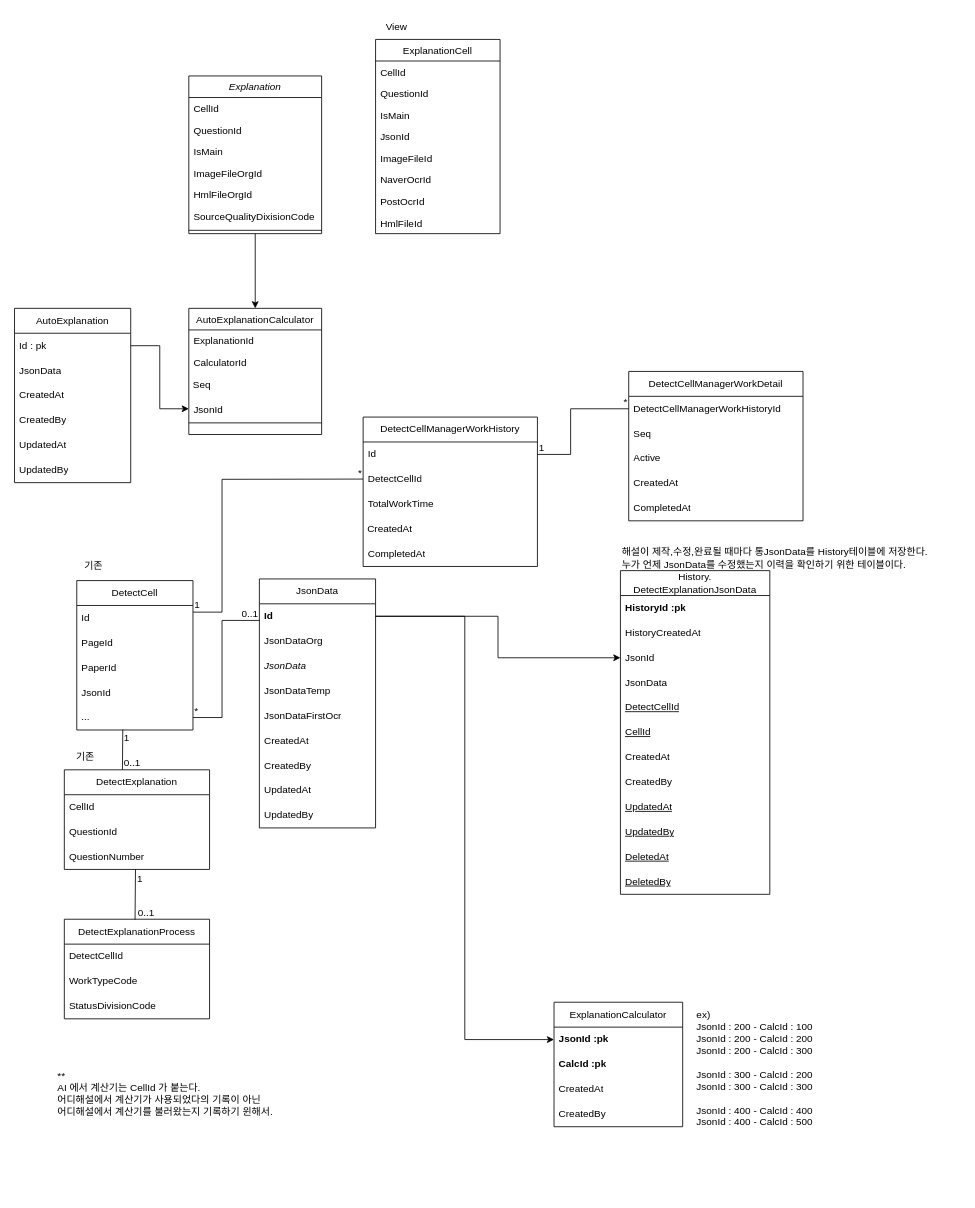
hyeonzx/Explanation_Calculator keeps this draw.io diagram as 해설계산기.drawio. Above is the earlier version. Source tidied: cells renumbered, new cells numbered last; positions are measured from the earlier drawing's top-left corner, leaving out a move shared by most shapes. Both pictures are drawn from the tidied source at 83%, with x=0, y=0 at pixel (14, 14).
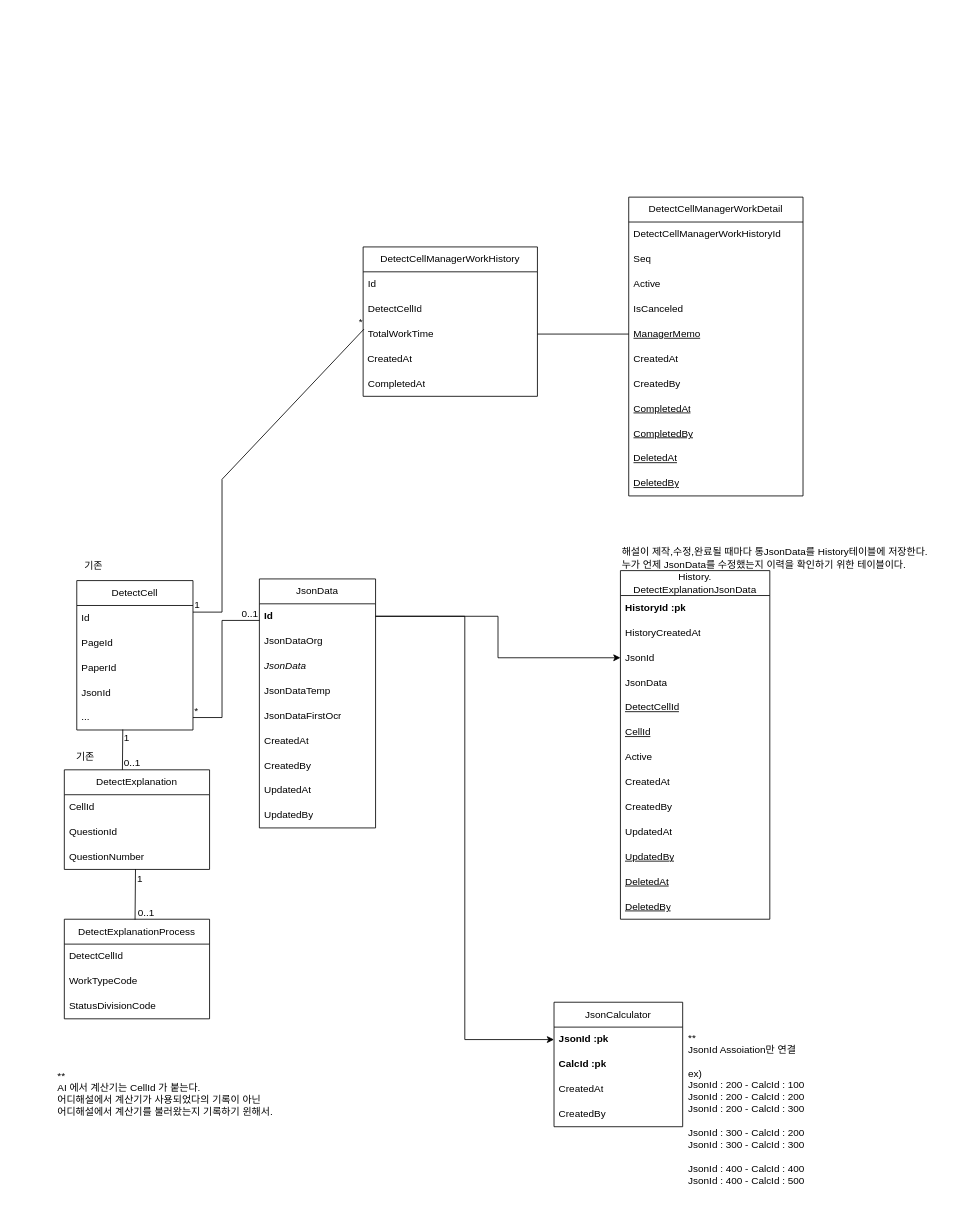
The same page after the edit.

Commit message (it also covers changes not shown here):
해설계산기.drawio 업데이트

The change refers to these unchanged cells:
```xml
<mxCell id="95" value="Id" style="text;strokeColor=none;fillColor=none;align=left;verticalAlign=middle;spacingLeft=4;spacingRight=4;overflow=hidden;points=[[0,0.5],[1,0.5]];portConstraint=eastwest;whiteSpace=wrap;html=1;" parent="94" vertex="1">
  <mxGeometry y="30" width="210" height="30" as="geometry" />
</mxCell>
<mxCell id="97" value="TotalWorkTime" style="text;strokeColor=none;fillColor=none;align=left;verticalAlign=middle;spacingLeft=4;spacingRight=4;overflow=hidden;points=[[0,0.5],[1,0.5]];portConstraint=eastwest;whiteSpace=wrap;html=1;" parent="94" vertex="1">
  <mxGeometry y="90" width="210" height="30" as="geometry" />
</mxCell>
<mxCell id="104" value="&lt;span style=&quot;text-align: center;&quot;&gt;DetectCellManagerWorkHistoryId&lt;/span&gt;" style="text;strokeColor=none;fillColor=none;align=left;verticalAlign=middle;spacingLeft=4;spacingRight=4;overflow=hidden;points=[[0,0.5],[1,0.5]];portConstraint=eastwest;whiteSpace=wrap;html=1;" parent="103" vertex="1">
  <mxGeometry y="30" width="210" height="30" as="geometry" />
</mxCell>
```

Diff of the diagram source:
```diff
@@
-    <mxCell id="2" style="edgeStyle=orthogonalEdgeStyle;rounded=0;jettySize=auto;html=1;exitX=0.5;exitY=1;exitDx=0;exitDy=0;entryX=0.5;entryY=0;entryDx=0;entryDy=0;" parent="1" edge="1" source="3" target="12">
-      <mxGeometry relative="1" as="geometry" />
-    </mxCell>
-    <mxCell id="3" value="Explanation" style="swimlane;fontStyle=2;align=center;verticalAlign=top;horizontal=1;startSize=26;rounded=0;shadow=0;strokeWidth=1;" parent="1" vertex="1">
-      <mxGeometry x="210" y="74" width="160" height="190" as="geometry" />
-    </mxCell>
-    <mxCell id="4" value="CellId" style="text;align=left;verticalAlign=top;spacingLeft=4;spacingRight=4;overflow=hidden;" parent="3" vertex="1">
-      <mxGeometry y="26" width="160" height="26" as="geometry" />
-    </mxCell>
-    <mxCell id="5" value="QuestionId" style="text;align=left;verticalAlign=top;spacingLeft=4;spacingRight=4;overflow=hidden;rounded=0;shadow=0;html=0;" parent="3" vertex="1">
-      <mxGeometry y="52" width="160" height="26" as="geometry" />
-    </mxCell>
-    <mxCell id="6" value="IsMain" style="text;align=left;verticalAlign=top;spacingLeft=4;spacingRight=4;overflow=hidden;rounded=0;shadow=0;html=0;" parent="3" vertex="1">
-      <mxGeometry y="78" width="160" height="26" as="geometry" />
-    </mxCell>
-    <mxCell id="7" value="ImageFileOrgId" style="text;align=left;verticalAlign=top;spacingLeft=4;spacingRight=4;overflow=hidden;rounded=0;shadow=0;html=0;" parent="3" vertex="1">
-      <mxGeometry y="104" width="160" height="26" as="geometry" />
-    </mxCell>
-    <mxCell id="8" value="HmlFileOrgId" style="text;align=left;verticalAlign=top;spacingLeft=4;spacingRight=4;overflow=hidden;rounded=0;shadow=0;html=0;" parent="3" vertex="1">
-      <mxGeometry y="130" width="160" height="26" as="geometry" />
-    </mxCell>
-    <mxCell id="9" value="SourceQualityDixisionCode" style="text;align=left;verticalAlign=top;spacingLeft=4;spacingRight=4;overflow=hidden;rounded=0;shadow=0;html=0;" parent="3" vertex="1">
-      <mxGeometry y="156" width="160" height="26" as="geometry" />
-    </mxCell>
-    <mxCell id="10" style="line;html=1;strokeWidth=1;align=left;verticalAlign=middle;spacingTop=-1;spacingLeft=3;spacingRight=3;labelPosition=right;" parent="3" vertex="1">
-      <mxGeometry y="182" width="160" height="8" as="geometry" />
-    </mxCell>
-    <mxCell id="11" style="edgeStyle=orthogonalEdgeStyle;rounded=0;jettySize=auto;html=1;exitX=0.25;exitY=1;exitDx=0;exitDy=0;" parent="1" edge="1" source="12">
-      <mxGeometry relative="1" as="geometry">
-        <mxPoint x="250" y="506.2" as="targetPoint" />
-      </mxGeometry>
-    </mxCell>
-    <mxCell id="12" value="AutoExplanationCalculator" style="swimlane;fontStyle=0;align=center;verticalAlign=top;horizontal=1;startSize=26;rounded=0;shadow=0;strokeWidth=1;" parent="1" vertex="1">
-      <mxGeometry x="210" y="354" width="160" height="152" as="geometry" />
-    </mxCell>
-    <mxCell id="13" value="ExplanationId" style="text;align=left;verticalAlign=top;spacingLeft=4;spacingRight=4;overflow=hidden;rounded=0;shadow=0;html=0;" parent="12" vertex="1">
-      <mxGeometry y="26" width="160" height="26" as="geometry" />
-    </mxCell>
-    <mxCell id="14" value="CalculatorId" style="text;align=left;verticalAlign=top;spacingLeft=4;spacingRight=4;overflow=hidden;rounded=0;shadow=0;html=0;" parent="12" vertex="1">
-      <mxGeometry y="52" width="160" height="26" as="geometry" />
-    </mxCell>
-    <mxCell id="15" value="&amp;nbsp;Seq" style="text;html=1;align=left;verticalAlign=middle;strokeColor=none;fillColor=none;" parent="12" vertex="1">
-      <mxGeometry y="78" width="160" height="30" as="geometry" />
-    </mxCell>
-    <mxCell id="16" value="JsonId" style="text;align=left;verticalAlign=top;spacingLeft=4;spacingRight=4;overflow=hidden;points=[[0,0.5],[1,0.5]];portConstraint=eastwest;rounded=0;shadow=0;html=0;" parent="12" vertex="1">
-      <mxGeometry y="108" width="160" height="26" as="geometry" />
-    </mxCell>
-    <mxCell id="17" style="line;html=1;strokeWidth=1;align=left;verticalAlign=middle;spacingTop=-1;spacingLeft=3;spacingRight=3;labelPosition=right;" parent="12" vertex="1">
-      <mxGeometry y="134" width="160" height="8" as="geometry" />
-    </mxCell>
-    <mxCell id="18" value="ExplanationCell" style="swimlane;fontStyle=0;align=center;verticalAlign=top;horizontal=1;startSize=26;rounded=0;shadow=0;strokeWidth=1;" parent="1" vertex="1">
-      <mxGeometry x="435" y="30" width="150" height="234" as="geometry" />
-    </mxCell>
-    <mxCell id="19" value="CellId" style="text;align=left;verticalAlign=top;spacingLeft=4;spacingRight=4;overflow=hidden;" parent="18" vertex="1">
-      <mxGeometry y="26" width="150" height="26" as="geometry" />
-    </mxCell>
-    <mxCell id="20" value="QuestionId" style="text;align=left;verticalAlign=top;spacingLeft=4;spacingRight=4;overflow=hidden;rounded=0;shadow=0;html=0;" parent="18" vertex="1">
-      <mxGeometry y="52" width="150" height="26" as="geometry" />
-    </mxCell>
-    <mxCell id="21" value="IsMain" style="text;align=left;verticalAlign=top;spacingLeft=4;spacingRight=4;overflow=hidden;rounded=0;shadow=0;html=0;" parent="18" vertex="1">
-      <mxGeometry y="78" width="150" height="26" as="geometry" />
-    </mxCell>
-    <mxCell id="22" value="JsonId" style="text;align=left;verticalAlign=top;spacingLeft=4;spacingRight=4;overflow=hidden;rounded=0;shadow=0;html=0;" parent="18" vertex="1">
-      <mxGeometry y="104" width="150" height="26" as="geometry" />
-    </mxCell>
-    <mxCell id="23" value="ImageFileId" style="text;align=left;verticalAlign=top;spacingLeft=4;spacingRight=4;overflow=hidden;rounded=0;shadow=0;html=0;" parent="18" vertex="1">
-      <mxGeometry y="130" width="150" height="26" as="geometry" />
-    </mxCell>
-    <mxCell id="24" value="NaverOcrId" style="text;align=left;verticalAlign=top;spacingLeft=4;spacingRight=4;overflow=hidden;rounded=0;shadow=0;html=0;" parent="18" vertex="1">
-      <mxGeometry y="156" width="150" height="26" as="geometry" />
-    </mxCell>
-    <mxCell id="25" value="PostOcrId" style="text;align=left;verticalAlign=top;spacingLeft=4;spacingRight=4;overflow=hidden;rounded=0;shadow=0;html=0;" parent="18" vertex="1">
-      <mxGeometry y="182" width="150" height="26" as="geometry" />
-    </mxCell>
-    <mxCell id="26" value="HmlFileId" style="text;align=left;verticalAlign=top;spacingLeft=4;spacingRight=4;overflow=hidden;rounded=0;shadow=0;html=0;" parent="18" vertex="1">
-      <mxGeometry y="208" width="150" height="26" as="geometry" />
-    </mxCell>
-    <mxCell id="27" value="ExplanationCalculator" style="swimlane;fontStyle=0;horizontal=1;startSize=30;whiteSpace=wrap;html=1;" parent="1" vertex="1">
+    <mxCell id="27" value="JsonCalculator" style="swimlane;fontStyle=0;horizontal=1;startSize=30;whiteSpace=wrap;html=1;" parent="1" vertex="1">
       <mxGeometry x="650" y="1190" width="155" height="150" as="geometry" />
     </mxCell>
@@
-    <mxCell id="32" value="AutoExplanation" style="swimlane;fontStyle=0;horizontal=1;startSize=30;whiteSpace=wrap;html=1;" parent="1" vertex="1">
-      <mxGeometry y="354" width="140" height="210" as="geometry" />
-    </mxCell>
-    <mxCell id="33" value="Id : pk" style="text;strokeColor=none;fillColor=none;align=left;verticalAlign=middle;spacingLeft=4;spacingRight=4;overflow=hidden;points=[[0,0.5],[1,0.5]];portConstraint=eastwest;whiteSpace=wrap;html=1;" parent="32" vertex="1">
-      <mxGeometry y="30" width="140" height="30" as="geometry" />
-    </mxCell>
-    <mxCell id="34" value="JsonData" style="text;strokeColor=none;fillColor=none;align=left;verticalAlign=middle;spacingLeft=4;spacingRight=4;overflow=hidden;whiteSpace=wrap;html=1;" parent="32" vertex="1">
-      <mxGeometry y="60" width="140" height="30" as="geometry" />
-    </mxCell>
-    <mxCell id="35" value="CreatedAt" style="text;strokeColor=none;fillColor=none;align=left;verticalAlign=middle;spacingLeft=4;spacingRight=4;overflow=hidden;whiteSpace=wrap;html=1;" parent="32" vertex="1">
-      <mxGeometry y="90" width="140" height="30" as="geometry" />
-    </mxCell>
-    <mxCell id="36" value="CreatedBy" style="text;strokeColor=none;fillColor=none;align=left;verticalAlign=middle;spacingLeft=4;spacingRight=4;overflow=hidden;whiteSpace=wrap;html=1;" parent="32" vertex="1">
-      <mxGeometry y="120" width="140" height="30" as="geometry" />
-    </mxCell>
-    <mxCell id="37" value="UpdatedAt" style="text;strokeColor=none;fillColor=none;align=left;verticalAlign=middle;spacingLeft=4;spacingRight=4;overflow=hidden;whiteSpace=wrap;html=1;" parent="32" vertex="1">
-      <mxGeometry y="150" width="140" height="30" as="geometry" />
-    </mxCell>
-    <mxCell id="38" value="UpdatedBy" style="text;strokeColor=none;fillColor=none;align=left;verticalAlign=middle;spacingLeft=4;spacingRight=4;overflow=hidden;whiteSpace=wrap;html=1;" parent="32" vertex="1">
-      <mxGeometry y="180" width="140" height="30" as="geometry" />
-    </mxCell>
-    <mxCell id="39" style="edgeStyle=orthogonalEdgeStyle;rounded=0;jettySize=auto;html=1;exitX=1;exitY=0.5;exitDx=0;exitDy=0;entryX=0;entryY=0.5;entryDx=0;entryDy=0;" parent="1" edge="1" source="33" target="16">
-      <mxGeometry relative="1" as="geometry" />
-    </mxCell>
-    <mxCell id="40" value="View" style="text;html=1;align=center;verticalAlign=middle;strokeColor=none;fillColor=none;" parent="1" vertex="1">
-      <mxGeometry x="435" width="50" height="30" as="geometry" />
-    </mxCell>
@@
     <mxCell id="57" value="History.&lt;div&gt;DetectExplanationJsonData&lt;/div&gt;" style="swimlane;fontStyle=0;horizontal=1;startSize=30;whiteSpace=wrap;html=1;" parent="1" vertex="1">
-      <mxGeometry x="730" y="670" width="180" height="390" as="geometry" />
+      <mxGeometry x="730" y="670" width="180" height="420" as="geometry" />
     </mxCell>
@@
+    <mxCell id="112" value="Active" style="text;strokeColor=none;fillColor=none;align=left;verticalAlign=middle;spacingLeft=4;spacingRight=4;overflow=hidden;whiteSpace=wrap;html=1;" parent="57" vertex="1">
+      <mxGeometry y="210" width="180" height="30" as="geometry" />
+    </mxCell>
     <mxCell id="64" value="CreatedAt" style="text;strokeColor=none;fillColor=none;align=left;verticalAlign=middle;spacingLeft=4;spacingRight=4;overflow=hidden;whiteSpace=wrap;html=1;" parent="57" vertex="1">
-      <mxGeometry y="210" width="180" height="30" as="geometry" />
+      <mxGeometry y="240" width="180" height="30" as="geometry" />
     </mxCell>
     <mxCell id="65" value="CreatedBy" style="text;strokeColor=none;fillColor=none;align=left;verticalAlign=middle;spacingLeft=4;spacingRight=4;overflow=hidden;whiteSpace=wrap;html=1;" parent="57" vertex="1">
-      <mxGeometry y="240" width="180" height="30" as="geometry" />
+      <mxGeometry y="270" width="180" height="30" as="geometry" />
     </mxCell>
-    <mxCell id="66" value="&lt;u&gt;UpdatedAt&lt;/u&gt;" style="text;strokeColor=none;fillColor=none;align=left;verticalAlign=middle;spacingLeft=4;spacingRight=4;overflow=hidden;whiteSpace=wrap;html=1;" parent="57" vertex="1">
-      <mxGeometry y="270" width="180" height="30" as="geometry" />
-    </mxCell>
+    <mxCell id="37" value="UpdatedAt" style="text;strokeColor=none;fillColor=none;align=left;verticalAlign=middle;spacingLeft=4;spacingRight=4;overflow=hidden;whiteSpace=wrap;html=1;" parent="57" vertex="1">
+      <mxGeometry y="300" width="180" height="30" as="geometry" />
+    </mxCell>
     <mxCell id="67" value="&lt;u&gt;UpdatedBy&lt;/u&gt;" style="text;strokeColor=none;fillColor=none;align=left;verticalAlign=middle;spacingLeft=4;spacingRight=4;overflow=hidden;whiteSpace=wrap;html=1;" parent="57" vertex="1">
-      <mxGeometry y="300" width="180" height="30" as="geometry" />
+      <mxGeometry y="330" width="180" height="30" as="geometry" />
     </mxCell>
     <mxCell id="68" value="&lt;u&gt;DeletedAt&lt;/u&gt;" style="text;strokeColor=none;fillColor=none;align=left;verticalAlign=middle;spacingLeft=4;spacingRight=4;overflow=hidden;whiteSpace=wrap;html=1;" parent="57" vertex="1">
-      <mxGeometry y="330" width="180" height="30" as="geometry" />
+      <mxGeometry y="360" width="180" height="30" as="geometry" />
     </mxCell>
     <mxCell id="69" value="&lt;u&gt;DeletedBy&lt;/u&gt;" style="text;strokeColor=none;fillColor=none;align=left;verticalAlign=middle;spacingLeft=4;spacingRight=4;overflow=hidden;whiteSpace=wrap;html=1;" parent="57" vertex="1">
-      <mxGeometry y="360" width="180" height="30" as="geometry" />
+      <mxGeometry y="390" width="180" height="30" as="geometry" />
     </mxCell>
@@
     <mxCell id="74" value="&lt;div&gt;&lt;div&gt;ex)&lt;/div&gt;&lt;div&gt;JsonId : 200 - CalcId : 100&lt;/div&gt;&lt;div&gt;JsonId : 200 - CalcId : 200&lt;/div&gt;&lt;div&gt;JsonId : 200 - CalcId : 300&lt;/div&gt;&lt;div&gt;&amp;nbsp; &amp;nbsp; &amp;nbsp; &amp;nbsp; &amp;nbsp;&lt;/div&gt;&lt;div&gt;JsonId : 300 - CalcId : 200&lt;/div&gt;&lt;div&gt;JsonId : 300 - CalcId : 300&lt;/div&gt;&lt;div&gt;&amp;nbsp; &amp;nbsp; &amp;nbsp;&lt;/div&gt;&lt;div&gt;JsonId : 400 - CalcId : 400&lt;/div&gt;&lt;div&gt;JsonId : 400 - CalcId : 500&lt;/div&gt;&lt;/div&gt;" style="text;html=1;align=left;verticalAlign=middle;strokeColor=none;fillColor=none;" parent="1" vertex="1">
-      <mxGeometry x="820" y="1190" width="160" height="160" as="geometry" />
+      <mxGeometry x="810" y="1260" width="160" height="160" as="geometry" />
     </mxCell>
@@
     <mxCell id="94" value="DetectCellManagerWorkHistory" style="swimlane;fontStyle=0;horizontal=1;startSize=30;whiteSpace=wrap;html=1;" parent="1" vertex="1">
-      <mxGeometry x="420" y="485" width="210" height="180" as="geometry" />
+      <mxGeometry x="420" y="280" width="210" height="180" as="geometry" />
     </mxCell>
@@
-    <mxCell id="100" style="endArrow=none;html=1;rounded=0;" parent="1" edge="1">
+    <mxCell id="100" style="endArrow=none;html=1;rounded=0;entryX=0.005;entryY=0.3;entryDx=0;entryDy=0;entryPerimeter=0;" parent="1" edge="1" target="97">
       <mxGeometry relative="1" as="geometry">
         <mxPoint x="215" y="720" as="sourcePoint" />
-        <mxPoint x="420" y="559.7" as="targetPoint" />
         <Array as="points">
           <mxPoint x="250" y="720" />
           <mxPoint x="250" y="560" />
         </Array>
       </mxGeometry>
     </mxCell>
@@
     <mxCell id="103" value="DetectCellManagerWorkDetail" style="swimlane;fontStyle=0;horizontal=1;startSize=30;whiteSpace=wrap;html=1;" parent="1" vertex="1">
-      <mxGeometry x="740" y="430" width="210" height="180" as="geometry" />
+      <mxGeometry x="740" y="220" width="210" height="360" as="geometry" />
     </mxCell>
@@
+    <mxCell id="113" value="IsCanceled" style="text;strokeColor=none;fillColor=none;align=left;verticalAlign=middle;spacingLeft=4;spacingRight=4;overflow=hidden;whiteSpace=wrap;html=1;" parent="103" vertex="1">
+      <mxGeometry y="120" width="210" height="30" as="geometry" />
+    </mxCell>
+    <mxCell id="114" value="&lt;u&gt;ManagerMemo&lt;/u&gt;" style="text;strokeColor=none;fillColor=none;align=left;verticalAlign=middle;spacingLeft=4;spacingRight=4;overflow=hidden;whiteSpace=wrap;html=1;" parent="103" vertex="1">
+      <mxGeometry y="150" width="210" height="30" as="geometry" />
+    </mxCell>
     <mxCell id="107" value="CreatedAt" style="text;strokeColor=none;fillColor=none;align=left;verticalAlign=middle;spacingLeft=4;spacingRight=4;overflow=hidden;whiteSpace=wrap;html=1;" parent="103" vertex="1">
-      <mxGeometry y="120" width="210" height="30" as="geometry" />
+      <mxGeometry y="180" width="210" height="30" as="geometry" />
     </mxCell>
-    <mxCell id="108" value="CompletedAt" style="text;strokeColor=none;fillColor=none;align=left;verticalAlign=middle;spacingLeft=4;spacingRight=4;overflow=hidden;whiteSpace=wrap;html=1;" parent="103" vertex="1">
-      <mxGeometry y="150" width="210" height="30" as="geometry" />
+    <mxCell id="108" value="CreatedBy" style="text;strokeColor=none;fillColor=none;align=left;verticalAlign=middle;spacingLeft=4;spacingRight=4;overflow=hidden;whiteSpace=wrap;html=1;" parent="103" vertex="1">
+      <mxGeometry y="210" width="210" height="30" as="geometry" />
     </mxCell>
-    <mxCell id="109" style="endArrow=none;html=1;rounded=0;exitX=1;exitY=0.5;exitDx=0;exitDy=0;entryX=0;entryY=0.5;entryDx=0;entryDy=0;" parent="1" edge="1" source="95" target="104">
-      <mxGeometry relative="1" as="geometry">
-        <Array as="points">
-          <mxPoint x="670" y="530" />
-          <mxPoint x="670" y="475" />
-        </Array>
-      </mxGeometry>
-    </mxCell>
-    <mxCell id="110" value="1" style="html=1;whiteSpace=wrap;align=left;verticalAlign=bottom;" parent="109" vertex="1">
-      <mxGeometry x="-1" relative="1" as="geometry" />
-    </mxCell>
-    <mxCell id="111" value="*" style="html=1;whiteSpace=wrap;align=right;verticalAlign=bottom;" parent="109" vertex="1">
-      <mxGeometry x="1" relative="1" as="geometry" />
-    </mxCell>
+    <mxCell id="115" value="&lt;u&gt;CompletedAt&lt;/u&gt;" style="text;strokeColor=none;fillColor=none;align=left;verticalAlign=middle;spacingLeft=4;spacingRight=4;overflow=hidden;whiteSpace=wrap;html=1;" parent="103" vertex="1">
+      <mxGeometry y="240" width="210" height="30" as="geometry" />
+    </mxCell>
+    <mxCell id="116" value="&lt;u&gt;CompletedBy&lt;/u&gt;" style="text;strokeColor=none;fillColor=none;align=left;verticalAlign=middle;spacingLeft=4;spacingRight=4;overflow=hidden;whiteSpace=wrap;html=1;" parent="103" vertex="1">
+      <mxGeometry y="270" width="210" height="30" as="geometry" />
+    </mxCell>
+    <mxCell id="117" value="&lt;u&gt;DeletedAt&lt;/u&gt;" style="text;strokeColor=none;fillColor=none;align=left;verticalAlign=middle;spacingLeft=4;spacingRight=4;overflow=hidden;whiteSpace=wrap;html=1;" parent="103" vertex="1">
+      <mxGeometry y="300" width="210" height="30" as="geometry" />
+    </mxCell>
+    <mxCell id="118" value="&lt;u&gt;DeletedBy&lt;/u&gt;" style="text;strokeColor=none;fillColor=none;align=left;verticalAlign=middle;spacingLeft=4;spacingRight=4;overflow=hidden;whiteSpace=wrap;html=1;" parent="103" vertex="1">
+      <mxGeometry y="330" width="210" height="30" as="geometry" />
+    </mxCell>
+    <mxCell id="119" style="endArrow=none;html=1;rounded=0;entryX=0;entryY=0.5;entryDx=0;entryDy=0;exitX=1;exitY=0.5;exitDx=0;exitDy=0;" parent="1" edge="1" source="97">
+      <mxGeometry relative="1" as="geometry">
+        <mxPoint x="740" y="385" as="targetPoint" />
+      </mxGeometry>
+    </mxCell>
+    <mxCell id="120" value="**&lt;div&gt;JsonId Assoiation만 연결&lt;/div&gt;" style="text;html=1;align=left;verticalAlign=middle;strokeColor=none;fillColor=none;" parent="1" vertex="1">
+      <mxGeometry x="810" y="1220" width="160" height="40" as="geometry" />
+    </mxCell>
```
